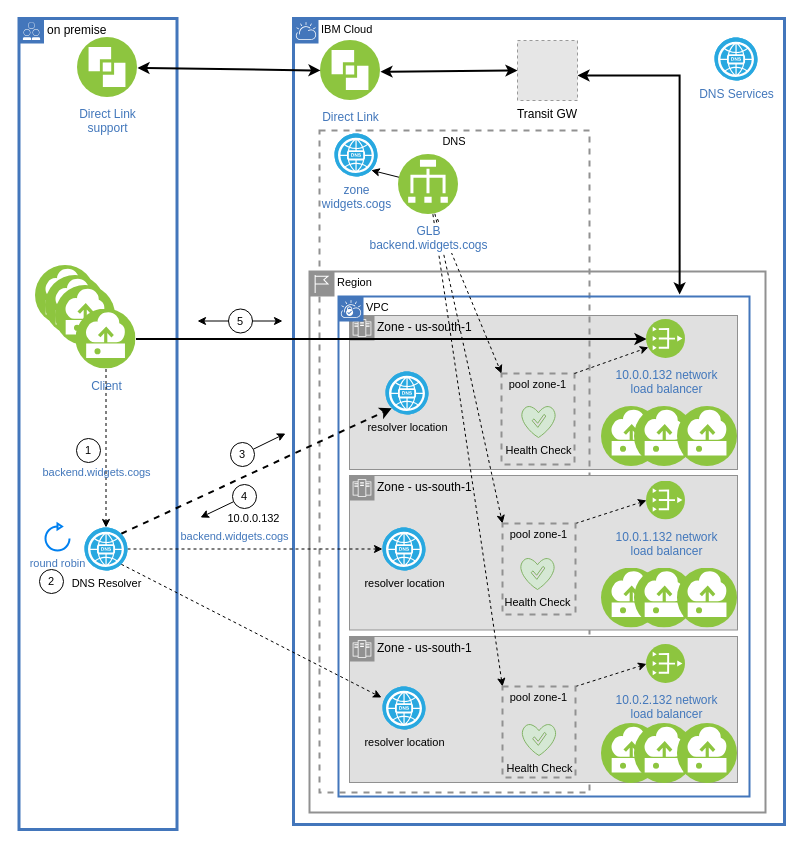
Before: page "glb-npool" (3 of 9) of diagrams/architecture.drawio in IBM-Cloud/vpc-cisglb-nlb, a draw.io diagram. Source tidied: cells renumbered, new cells numbered last; positions are measured from the earlier drawing's top-left corner, leaving out a move shared by most shapes. Both pictures are drawn from the tidied source at 100%, with x=0, y=0 at pixel (19, 18). Pictures stored in the file or linked from it are replaced by grey dashed boxes.
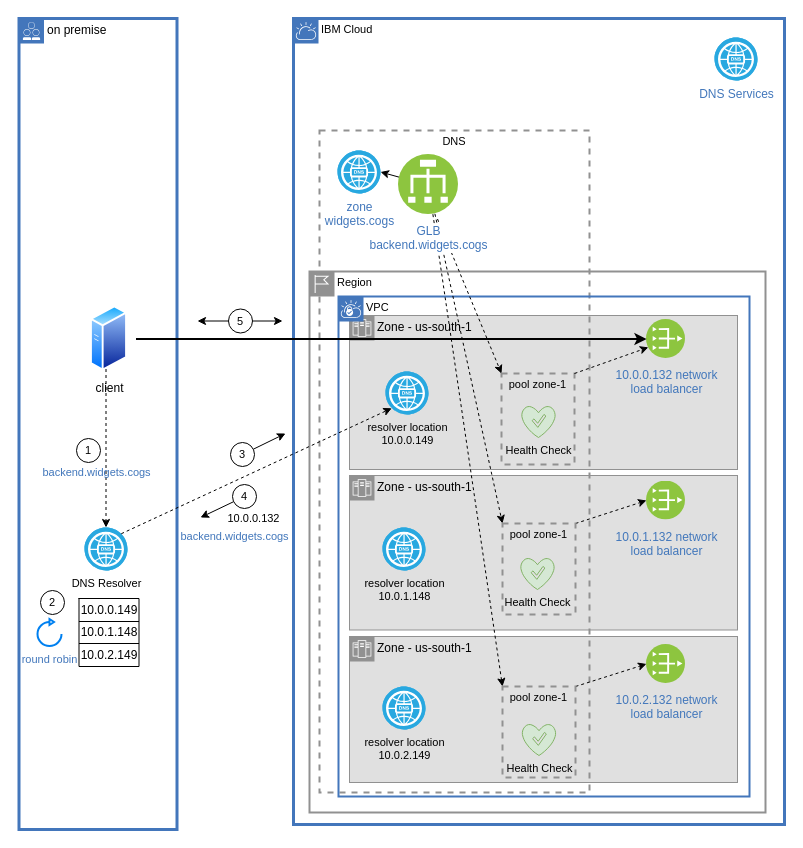
After the change.

Unchanged cells that the change refers to:
```xml
<mxCell id="5" value="VPC" style="shape=mxgraph.ibm.box;prType=vpc;fontStyle=0;verticalAlign=top;align=left;spacingLeft=32;spacingTop=4;fillColor=none;rounded=0;whiteSpace=wrap;html=1;strokeColor=#4376BB;strokeWidth=2;dashed=0;spacing=-4;fontFamily=Helvetica;fontSize=11;fontColor=default;" parent="1" vertex="1">
  <mxGeometry x="319" y="278" width="411" height="500" as="geometry" />
</mxCell>
<mxCell id="51" value="10.0.0.132 network&lt;br&gt;load balancer" style="perimeter=ellipsePerimeter;html=1;align=center;shadow=0;dashed=0;fontColor=#4277BB;fontSize=12;spacingTop=3;image;image=img/lib/ibm/vpc/PublicGateway.svg;labelBackgroundColor=none;" parent="1" vertex="1">
  <mxGeometry x="627" y="301" width="39" height="39" as="geometry" />
</mxCell>
<mxCell id="54" value="GLB&lt;br&gt;backend.widgets.cogs" style="perimeter=ellipsePerimeter;html=1;align=center;shadow=0;dashed=0;fontColor=#4277BB;labelBackgroundColor=#ffffff;fontSize=12;spacingTop=3;image;image=img/lib/ibm/vpc/LoadBalancer.svg;fontFamily=Helvetica;" parent="1" vertex="1">
  <mxGeometry x="379" y="136" width="60" height="60" as="geometry" />
</mxCell>
```

Change to the diagram source:
```diff
@@
+    <mxCell id="9" value="Zone - us-south-1" style="shape=mxgraph.ibm.box;prType=zone;fontStyle=0;verticalAlign=top;align=left;spacingLeft=32;spacingTop=4;fillColor=#E0E0E0;rounded=0;whiteSpace=wrap;html=1;strokeColor=#919191;strokeWidth=1;dashed=0;spacing=-4;" parent="1" vertex="1">
+      <mxGeometry x="330" y="618" width="388" height="146" as="geometry" />
+    </mxCell>
+    <mxCell id="8" value="Zone - us-south-1" style="shape=mxgraph.ibm.box;prType=zone;fontStyle=0;verticalAlign=top;align=left;spacingLeft=32;spacingTop=4;fillColor=#E0E0E0;rounded=0;whiteSpace=wrap;html=1;strokeColor=#919191;strokeWidth=1;dashed=0;spacing=-4;" parent="1" vertex="1">
+      <mxGeometry x="330" y="457" width="388" height="154.5" as="geometry" />
+    </mxCell>
@@
-    <mxCell id="8" value="Zone - us-south-1" style="shape=mxgraph.ibm.box;prType=zone;fontStyle=0;verticalAlign=top;align=left;spacingLeft=32;spacingTop=4;fillColor=#E0E0E0;rounded=0;whiteSpace=wrap;html=1;strokeColor=#919191;strokeWidth=1;dashed=0;spacing=-4;" parent="1" vertex="1">
-      <mxGeometry x="330" y="457" width="388" height="154.5" as="geometry" />
-    </mxCell>
-    <mxCell id="9" value="Zone - us-south-1" style="shape=mxgraph.ibm.box;prType=zone;fontStyle=0;verticalAlign=top;align=left;spacingLeft=32;spacingTop=4;fillColor=#E0E0E0;rounded=0;whiteSpace=wrap;html=1;strokeColor=#919191;strokeWidth=1;dashed=0;spacing=-4;" parent="1" vertex="1">
-      <mxGeometry x="330" y="618" width="388" height="146" as="geometry" />
-    </mxCell>
@@
-    <mxCell id="11" style="edgeStyle=none;shape=connector;rounded=0;jettySize=auto;html=1;entryX=-0.023;entryY=0.256;entryDx=0;entryDy=0;entryPerimeter=0;dashed=1;labelBackgroundColor=default;fontFamily=Helvetica;fontSize=11;fontColor=default;startArrow=none;startFill=0;endArrow=classic;strokeColor=default;strokeWidth=1;exitX=0.855;exitY=0.855;exitDx=0;exitDy=0;exitPerimeter=0;" parent="1" edge="1" source="17" target="31">
-      <mxGeometry relative="1" as="geometry" />
-    </mxCell>
-    <mxCell id="12" style="edgeStyle=none;shape=connector;rounded=0;jettySize=auto;html=1;entryX=0;entryY=0.5;entryDx=0;entryDy=0;dashed=1;labelBackgroundColor=default;fontFamily=Helvetica;fontSize=11;fontColor=default;startArrow=none;startFill=0;endArrow=classic;strokeColor=default;strokeWidth=1;entryPerimeter=0;exitX=1;exitY=0.5;exitDx=0;exitDy=0;exitPerimeter=0;" parent="1" edge="1" source="17" target="30">
-      <mxGeometry relative="1" as="geometry" />
-    </mxCell>
-    <mxCell id="13" style="edgeStyle=none;shape=connector;rounded=0;jettySize=auto;html=1;labelBackgroundColor=default;fontFamily=Helvetica;fontSize=11;fontColor=default;startArrow=none;startFill=0;endArrow=classic;strokeColor=default;strokeWidth=2;" parent="1" edge="1" source="28" target="51">
-      <mxGeometry relative="1" as="geometry" />
-    </mxCell>
-    <mxCell id="14" style="edgeStyle=none;shape=connector;rounded=0;jettySize=auto;html=1;labelBackgroundColor=default;fontFamily=Helvetica;fontSize=11;fontColor=default;startArrow=none;startFill=0;endArrow=classic;strokeColor=default;entryX=0.145;entryY=0.855;entryDx=0;entryDy=0;dashed=1;strokeWidth=2;entryPerimeter=0;exitX=0.855;exitY=0.145;exitDx=0;exitDy=0;exitPerimeter=0;" parent="1" edge="1" source="17" target="18">
-      <mxGeometry relative="1" as="geometry" />
-    </mxCell>
-    <mxCell id="15" style="edgeStyle=none;shape=connector;rounded=0;jettySize=auto;html=1;entryX=0.855;entryY=0.855;entryDx=0;entryDy=0;entryPerimeter=0;labelBackgroundColor=default;fontFamily=Helvetica;fontSize=11;fontColor=#4277BB;endArrow=classic;strokeColor=default;strokeWidth=1;" parent="1" edge="1" source="54" target="32">
+    <mxCell id="15" style="edgeStyle=none;shape=connector;rounded=0;jettySize=auto;html=1;entryX=1;entryY=0.5;entryDx=0;entryDy=0;entryPerimeter=0;labelBackgroundColor=default;fontFamily=Helvetica;fontSize=11;fontColor=#4277BB;endArrow=classic;strokeColor=default;strokeWidth=1;" parent="1" edge="1" source="54" target="32">
       <mxGeometry relative="1" as="geometry" />
     </mxCell>
@@
-    <mxCell id="17" value="DNS Resolver" style="fillColor=#28A8E0;verticalLabelPosition=bottom;sketch=0;html=1;strokeColor=#ffffff;verticalAlign=top;align=center;points=[[0.145,0.145,0],[0.5,0,0],[0.855,0.145,0],[1,0.5,0],[0.855,0.855,0],[0.5,1,0],[0.145,0.855,0],[0,0.5,0]];shape=mxgraph.cisco_safe.compositeIcon;bgIcon=ellipse;resIcon=mxgraph.cisco_safe.capability.dns;fontFamily=Helvetica;fontSize=11;fontColor=default;" parent="1" vertex="1">
-      <mxGeometry x="65" y="509" width="43" height="43" as="geometry" />
-    </mxCell>
-    <mxCell id="18" value="resolver location" style="fillColor=#28A8E0;verticalLabelPosition=bottom;sketch=0;html=1;strokeColor=#ffffff;verticalAlign=top;align=center;points=[[0.145,0.145,0],[0.5,0,0],[0.855,0.145,0],[1,0.5,0],[0.855,0.855,0],[0.5,1,0],[0.145,0.855,0],[0,0.5,0]];shape=mxgraph.cisco_safe.compositeIcon;bgIcon=ellipse;resIcon=mxgraph.cisco_safe.capability.dns;fontFamily=Helvetica;fontSize=11;fontColor=default;" parent="1" vertex="1">
-      <mxGeometry x="366" y="353" width="43" height="43" as="geometry" />
-    </mxCell>
-    <mxCell id="19" style="edgeStyle=orthogonalEdgeStyle;shape=connector;rounded=0;jettySize=auto;html=1;labelBackgroundColor=default;fontFamily=Helvetica;fontSize=11;fontColor=default;startArrow=classic;startFill=1;endArrow=classic;strokeColor=default;strokeWidth=2;entryX=0.83;entryY=-0.004;entryDx=0;entryDy=0;entryPerimeter=0;" parent="1" edge="1" source="20" target="5">
-      <mxGeometry relative="1" as="geometry">
-        <Array as="points">
-          <mxPoint x="660" y="57" />
-        </Array>
-      </mxGeometry>
-    </mxCell>
-    <mxCell id="20" value="Transit GW" style="fillColor=#E6E6E6;strokeColor=#999999;dashed=1;verticalLabelPosition=bottom;labelBackgroundColor=#ffffff;verticalAlign=top;" parent="1" vertex="1">
-      <mxGeometry x="498" y="22" width="60" height="60" as="geometry" />
-    </mxCell>
-    <mxCell id="21" style="edgeStyle=none;rounded=0;jettySize=auto;html=1;entryX=0;entryY=0.5;entryDx=0;entryDy=0;startArrow=classic;startFill=1;strokeWidth=2;" parent="1" edge="1" source="22" target="20">
-      <mxGeometry relative="1" as="geometry" />
-    </mxCell>
-    <mxCell id="22" value="Direct Link" style="perimeter=ellipsePerimeter;html=1;align=center;shadow=0;dashed=0;fontColor=#4277BB;labelBackgroundColor=#ffffff;fontSize=12;spacingTop=3;image;image=img/lib/ibm/vpc/DirectLink.svg;" parent="1" vertex="1">
-      <mxGeometry x="301" y="22" width="60" height="60" as="geometry" />
-    </mxCell>
-    <mxCell id="23" style="edgeStyle=none;shape=connector;rounded=0;jettySize=auto;html=1;entryX=0;entryY=0.5;entryDx=0;entryDy=0;labelBackgroundColor=default;fontFamily=Helvetica;fontSize=11;fontColor=default;startArrow=classic;startFill=1;endArrow=classic;strokeColor=default;strokeWidth=2;" parent="1" edge="1" source="24" target="22">
-      <mxGeometry relative="1" as="geometry" />
-    </mxCell>
-    <mxCell id="24" value="Direct Link&lt;br&gt;support" style="perimeter=ellipsePerimeter;html=1;align=center;shadow=0;dashed=0;fontColor=#4277BB;labelBackgroundColor=#ffffff;fontSize=12;spacingTop=3;image;image=img/lib/ibm/vpc/DirectLink.svg;" parent="1" vertex="1">
-      <mxGeometry x="58" y="19" width="60" height="60" as="geometry" />
-    </mxCell>
-    <mxCell id="25" style="perimeter=ellipsePerimeter;html=1;align=center;shadow=0;dashed=0;fontColor=#4277BB;labelBackgroundColor=#ffffff;fontSize=12;spacingTop=3;image;image=img/lib/ibm/vpc/Instance.svg;" parent="1" vertex="1">
-      <mxGeometry x="16" y="247" width="60" height="60" as="geometry" />
-    </mxCell>
-    <mxCell id="26" style="perimeter=ellipsePerimeter;html=1;align=center;shadow=0;dashed=0;fontColor=#4277BB;labelBackgroundColor=#ffffff;fontSize=12;spacingTop=3;image;image=img/lib/ibm/vpc/Instance.svg;" parent="1" vertex="1">
-      <mxGeometry x="26" y="257" width="60" height="60" as="geometry" />
-    </mxCell>
-    <mxCell id="27" style="perimeter=ellipsePerimeter;html=1;align=center;shadow=0;dashed=0;fontColor=#4277BB;labelBackgroundColor=#ffffff;fontSize=12;spacingTop=3;image;image=img/lib/ibm/vpc/Instance.svg;" parent="1" vertex="1">
-      <mxGeometry x="36" y="267" width="60" height="60" as="geometry" />
-    </mxCell>
-    <mxCell id="28" value="Client" style="perimeter=ellipsePerimeter;html=1;align=center;shadow=0;dashed=0;fontColor=#4277BB;labelBackgroundColor=#ffffff;fontSize=12;spacingTop=3;image;image=img/lib/ibm/vpc/Instance.svg;" parent="1" vertex="1">
-      <mxGeometry x="56.5" y="290.5" width="60" height="60" as="geometry" />
-    </mxCell>
@@
-    <mxCell id="30" value="resolver location" style="fillColor=#28A8E0;verticalLabelPosition=bottom;sketch=0;html=1;strokeColor=#ffffff;verticalAlign=top;align=center;points=[[0.145,0.145,0],[0.5,0,0],[0.855,0.145,0],[1,0.5,0],[0.855,0.855,0],[0.5,1,0],[0.145,0.855,0],[0,0.5,0]];shape=mxgraph.cisco_safe.compositeIcon;bgIcon=ellipse;resIcon=mxgraph.cisco_safe.capability.dns;fontFamily=Helvetica;fontSize=11;fontColor=default;" parent="1" vertex="1">
-      <mxGeometry x="363" y="509" width="43" height="43" as="geometry" />
-    </mxCell>
-    <mxCell id="31" value="resolver location" style="fillColor=#28A8E0;verticalLabelPosition=bottom;sketch=0;html=1;strokeColor=#ffffff;verticalAlign=top;align=center;points=[[0.145,0.145,0],[0.5,0,0],[0.855,0.145,0],[1,0.5,0],[0.855,0.855,0],[0.5,1,0],[0.145,0.855,0],[0,0.5,0]];shape=mxgraph.cisco_safe.compositeIcon;bgIcon=ellipse;resIcon=mxgraph.cisco_safe.capability.dns;fontFamily=Helvetica;fontSize=11;fontColor=default;" parent="1" vertex="1">
-      <mxGeometry x="363" y="668" width="43" height="43" as="geometry" />
-    </mxCell>
-    <mxCell id="32" value="zone&lt;br&gt;widgets.cogs" style="fillColor=#28A8E0;verticalLabelPosition=bottom;sketch=0;html=1;strokeColor=#ffffff;verticalAlign=top;align=center;points=[[0.145,0.145,0],[0.5,0,0],[0.855,0.145,0],[1,0.5,0],[0.855,0.855,0],[0.5,1,0],[0.145,0.855,0],[0,0.5,0]];shape=mxgraph.cisco_safe.compositeIcon;bgIcon=ellipse;resIcon=mxgraph.cisco_safe.capability.dns;fontColor=#4277BB;" parent="1" vertex="1">
-      <mxGeometry x="315" y="115" width="43" height="43" as="geometry" />
-    </mxCell>
@@
-    <mxCell id="37" style="perimeter=ellipsePerimeter;html=1;align=center;shadow=0;dashed=0;fontColor=#4277BB;labelBackgroundColor=#ffffff;fontSize=12;spacingTop=3;image;image=img/lib/ibm/vpc/Instance.svg;" parent="1" vertex="1">
-      <mxGeometry x="582" y="705" width="60" height="60" as="geometry" />
-    </mxCell>
-    <mxCell id="38" style="perimeter=ellipsePerimeter;html=1;align=center;shadow=0;dashed=0;fontColor=#4277BB;labelBackgroundColor=#ffffff;fontSize=12;spacingTop=3;image;image=img/lib/ibm/vpc/Instance.svg;" parent="1" vertex="1">
-      <mxGeometry x="615" y="705" width="60" height="60" as="geometry" />
-    </mxCell>
-    <mxCell id="39" style="perimeter=ellipsePerimeter;html=1;align=center;shadow=0;dashed=0;fontColor=#4277BB;labelBackgroundColor=#ffffff;fontSize=12;spacingTop=3;image;image=img/lib/ibm/vpc/Instance.svg;" parent="1" vertex="1">
-      <mxGeometry x="658" y="705" width="60" height="60" as="geometry" />
-    </mxCell>
-    <mxCell id="40" style="perimeter=ellipsePerimeter;html=1;align=center;shadow=0;dashed=0;fontColor=#4277BB;labelBackgroundColor=#ffffff;fontSize=12;spacingTop=3;image;image=img/lib/ibm/vpc/Instance.svg;" parent="1" vertex="1">
-      <mxGeometry x="582" y="388" width="60" height="60" as="geometry" />
-    </mxCell>
-    <mxCell id="41" style="perimeter=ellipsePerimeter;html=1;align=center;shadow=0;dashed=0;fontColor=#4277BB;labelBackgroundColor=#ffffff;fontSize=12;spacingTop=3;image;image=img/lib/ibm/vpc/Instance.svg;" parent="1" vertex="1">
-      <mxGeometry x="615" y="388" width="60" height="60" as="geometry" />
-    </mxCell>
-    <mxCell id="42" style="perimeter=ellipsePerimeter;html=1;align=center;shadow=0;dashed=0;fontColor=#4277BB;labelBackgroundColor=#ffffff;fontSize=12;spacingTop=3;image;image=img/lib/ibm/vpc/Instance.svg;" parent="1" vertex="1">
-      <mxGeometry x="658" y="388" width="60" height="60" as="geometry" />
-    </mxCell>
@@
-    <mxCell id="44" style="perimeter=ellipsePerimeter;html=1;align=center;shadow=0;dashed=0;fontColor=#4277BB;labelBackgroundColor=#ffffff;fontSize=12;spacingTop=3;image;image=img/lib/ibm/vpc/Instance.svg;" parent="1" vertex="1">
-      <mxGeometry x="582" y="549.5" width="60" height="60" as="geometry" />
-    </mxCell>
-    <mxCell id="45" style="perimeter=ellipsePerimeter;html=1;align=center;shadow=0;dashed=0;fontColor=#4277BB;labelBackgroundColor=#ffffff;fontSize=12;spacingTop=3;image;image=img/lib/ibm/vpc/Instance.svg;" parent="1" vertex="1">
-      <mxGeometry x="615" y="549.5" width="60" height="60" as="geometry" />
-    </mxCell>
-    <mxCell id="46" style="perimeter=ellipsePerimeter;html=1;align=center;shadow=0;dashed=0;fontColor=#4277BB;labelBackgroundColor=#ffffff;fontSize=12;spacingTop=3;image;image=img/lib/ibm/vpc/Instance.svg;" parent="1" vertex="1">
-      <mxGeometry x="658" y="549.5" width="60" height="60" as="geometry" />
-    </mxCell>
@@
-    <mxCell id="50" value="round robin" style="html=1;verticalLabelPosition=bottom;align=center;labelBackgroundColor=#ffffff;verticalAlign=top;strokeWidth=2;strokeColor=#0080F0;shadow=0;dashed=0;shape=mxgraph.ios7.icons.reload;fontFamily=Helvetica;fontSize=11;fontColor=#4277BB;backgroundFontColor=none;" parent="1" vertex="1">
-      <mxGeometry x="26" y="505" width="24" height="27" as="geometry" />
-    </mxCell>
@@
+    <mxCell id="32" value="zone&lt;br&gt;widgets.cogs" style="fillColor=#28A8E0;verticalLabelPosition=bottom;sketch=0;html=1;strokeColor=#ffffff;verticalAlign=top;align=center;points=[[0.145,0.145,0],[0.5,0,0],[0.855,0.145,0],[1,0.5,0],[0.855,0.855,0],[0.5,1,0],[0.145,0.855,0],[0,0.5,0]];shape=mxgraph.cisco_safe.compositeIcon;bgIcon=ellipse;resIcon=mxgraph.cisco_safe.capability.dns;fontColor=#4277BB;" parent="1" vertex="1">
+      <mxGeometry x="318" y="132" width="43" height="43" as="geometry" />
+    </mxCell>
+    <mxCell id="71" parent="0" />
+    <mxCell id="72" value="client" style="perimeter=ellipsePerimeter;html=1;align=center;shadow=0;dashed=0;spacingTop=3;image;image=img/lib/active_directory/generic_server.svg;" parent="71" vertex="1">
+      <mxGeometry x="71" y="287" width="37" height="66.1" as="geometry" />
+    </mxCell>
+    <mxCell id="13" style="edgeStyle=none;shape=connector;rounded=0;jettySize=auto;html=1;labelBackgroundColor=default;fontFamily=Helvetica;fontSize=11;fontColor=default;startArrow=none;startFill=0;endArrow=classic;strokeColor=default;strokeWidth=2;" parent="71" edge="1" target="51">
+      <mxGeometry relative="1" as="geometry">
+        <mxPoint x="116.5" y="320.5" as="sourcePoint" />
+      </mxGeometry>
+    </mxCell>
-    <mxCell id="59" style="edgeStyle=none;shape=connector;rounded=0;jettySize=auto;html=1;entryX=0.5;entryY=0;entryDx=0;entryDy=0;entryPerimeter=0;labelBackgroundColor=default;fontFamily=Helvetica;fontSize=11;fontColor=default;startArrow=none;startFill=0;endArrow=classic;strokeColor=default;strokeWidth=1;dashed=1;" parent="1" edge="1" source="28" target="17">
-      <mxGeometry relative="1" as="geometry" />
+    <mxCell id="59" style="edgeStyle=none;shape=connector;rounded=0;jettySize=auto;html=1;entryX=0.5;entryY=0;entryDx=0;entryDy=0;entryPerimeter=0;labelBackgroundColor=default;fontFamily=Helvetica;fontSize=11;fontColor=default;startArrow=none;startFill=0;endArrow=classic;strokeColor=default;strokeWidth=1;dashed=1;" parent="71" edge="1" target="17">
+      <mxGeometry relative="1" as="geometry">
+        <mxPoint x="86.5" y="350.5" as="sourcePoint" />
+      </mxGeometry>
     </mxCell>
+    <mxCell id="50" value="round robin" style="html=1;verticalLabelPosition=bottom;align=center;labelBackgroundColor=#ffffff;verticalAlign=top;strokeWidth=2;strokeColor=#0080F0;shadow=0;dashed=0;shape=mxgraph.ios7.icons.reload;fontFamily=Helvetica;fontSize=11;fontColor=#4277BB;backgroundFontColor=none;" parent="71" vertex="1">
+      <mxGeometry x="18" y="600.5" width="24" height="27" as="geometry" />
+    </mxCell>
+    <mxCell id="17" value="DNS Resolver" style="fillColor=#28A8E0;verticalLabelPosition=bottom;sketch=0;html=1;strokeColor=#ffffff;verticalAlign=top;align=center;points=[[0.145,0.145,0],[0.5,0,0],[0.855,0.145,0],[1,0.5,0],[0.855,0.855,0],[0.5,1,0],[0.145,0.855,0],[0,0.5,0]];shape=mxgraph.cisco_safe.compositeIcon;bgIcon=ellipse;resIcon=mxgraph.cisco_safe.capability.dns;fontFamily=Helvetica;fontSize=11;fontColor=default;" parent="71" vertex="1">
+      <mxGeometry x="65" y="509" width="43" height="43" as="geometry" />
+    </mxCell>
+    <mxCell id="14" style="edgeStyle=none;shape=connector;rounded=0;jettySize=auto;html=1;labelBackgroundColor=default;fontFamily=Helvetica;fontSize=11;fontColor=default;startArrow=none;startFill=0;endArrow=classic;strokeColor=default;entryX=0.145;entryY=0.855;entryDx=0;entryDy=0;dashed=1;strokeWidth=1;entryPerimeter=0;exitX=0.855;exitY=0.145;exitDx=0;exitDy=0;exitPerimeter=0;" parent="71" edge="1" source="17" target="18">
+      <mxGeometry relative="1" as="geometry" />
+    </mxCell>
+    <mxCell id="18" value="resolver location&lt;br&gt;10.0.0.149" style="fillColor=#28A8E0;verticalLabelPosition=bottom;sketch=0;html=1;strokeColor=#ffffff;verticalAlign=top;align=center;points=[[0.145,0.145,0],[0.5,0,0],[0.855,0.145,0],[1,0.5,0],[0.855,0.855,0],[0.5,1,0],[0.145,0.855,0],[0,0.5,0]];shape=mxgraph.cisco_safe.compositeIcon;bgIcon=ellipse;resIcon=mxgraph.cisco_safe.capability.dns;fontFamily=Helvetica;fontSize=11;fontColor=default;" parent="71" vertex="1">
+      <mxGeometry x="366" y="353" width="43" height="43" as="geometry" />
+    </mxCell>
+    <mxCell id="30" value="resolver location&lt;br&gt;10.0.1.148" style="fillColor=#28A8E0;verticalLabelPosition=bottom;sketch=0;html=1;strokeColor=#ffffff;verticalAlign=top;align=center;points=[[0.145,0.145,0],[0.5,0,0],[0.855,0.145,0],[1,0.5,0],[0.855,0.855,0],[0.5,1,0],[0.145,0.855,0],[0,0.5,0]];shape=mxgraph.cisco_safe.compositeIcon;bgIcon=ellipse;resIcon=mxgraph.cisco_safe.capability.dns;fontFamily=Helvetica;fontSize=11;fontColor=default;" parent="71" vertex="1">
+      <mxGeometry x="363" y="509" width="43" height="43" as="geometry" />
+    </mxCell>
+    <mxCell id="31" value="resolver location&lt;br&gt;10.0.2.149" style="fillColor=#28A8E0;verticalLabelPosition=bottom;sketch=0;html=1;strokeColor=#ffffff;verticalAlign=top;align=center;points=[[0.145,0.145,0],[0.5,0,0],[0.855,0.145,0],[1,0.5,0],[0.855,0.855,0],[0.5,1,0],[0.145,0.855,0],[0,0.5,0]];shape=mxgraph.cisco_safe.compositeIcon;bgIcon=ellipse;resIcon=mxgraph.cisco_safe.capability.dns;fontFamily=Helvetica;fontSize=11;fontColor=default;" parent="71" vertex="1">
+      <mxGeometry x="363" y="668" width="43" height="43" as="geometry" />
+    </mxCell>
+    <mxCell id="73" style="shape=table;startSize=0;childLayout=tableLayout;" parent="71" vertex="1">
+      <mxGeometry x="59.5" y="580" width="60" height="68" as="geometry" />
+    </mxCell>
+    <mxCell id="74" style="shape=tableRow;horizontal=0;startSize=0;swimlaneHead=0;swimlaneBody=0;top=0;left=0;bottom=0;right=0;fillColor=none;" parent="73" vertex="1">
+      <mxGeometry width="60" height="23" as="geometry" />
+    </mxCell>
+    <mxCell id="75" value="10.0.0.149" style="shape=partialRectangle;html=1;whiteSpace=wrap;overflow=hidden;fillColor=none;top=0;left=0;bottom=0;right=0;" parent="74" vertex="1">
+      <mxGeometry width="60" height="23" as="geometry" />
+    </mxCell>
+    <mxCell id="76" style="shape=tableRow;horizontal=0;startSize=0;swimlaneHead=0;swimlaneBody=0;top=0;left=0;bottom=0;right=0;fillColor=none;" parent="73" vertex="1">
+      <mxGeometry y="23" width="60" height="22" as="geometry" />
+    </mxCell>
+    <mxCell id="77" value="10.0.1.148" style="shape=partialRectangle;html=1;whiteSpace=wrap;overflow=hidden;fillColor=none;top=0;left=0;bottom=0;right=0;" parent="76" vertex="1">
+      <mxGeometry width="60" height="22" as="geometry" />
+    </mxCell>
+    <mxCell id="78" style="shape=tableRow;horizontal=0;startSize=0;swimlaneHead=0;swimlaneBody=0;top=0;left=0;bottom=0;right=0;fillColor=none;" parent="73" vertex="1">
+      <mxGeometry y="45" width="60" height="23" as="geometry" />
+    </mxCell>
+    <mxCell id="79" value="10.0.2.149" style="shape=partialRectangle;html=1;whiteSpace=wrap;overflow=hidden;fillColor=none;top=0;left=0;bottom=0;right=0;" parent="78" vertex="1">
+      <mxGeometry width="60" height="23" as="geometry" />
+    </mxCell>
@@
     <mxCell id="62" value="2" style="ellipse;whiteSpace=wrap;html=1;fontFamily=Helvetica;fontSize=11;fontColor=default;" parent="60" vertex="1">
-      <mxGeometry x="20" y="551" width="24" height="24" as="geometry" />
+      <mxGeometry x="21" y="572" width="24" height="24" as="geometry" />
     </mxCell>
```
